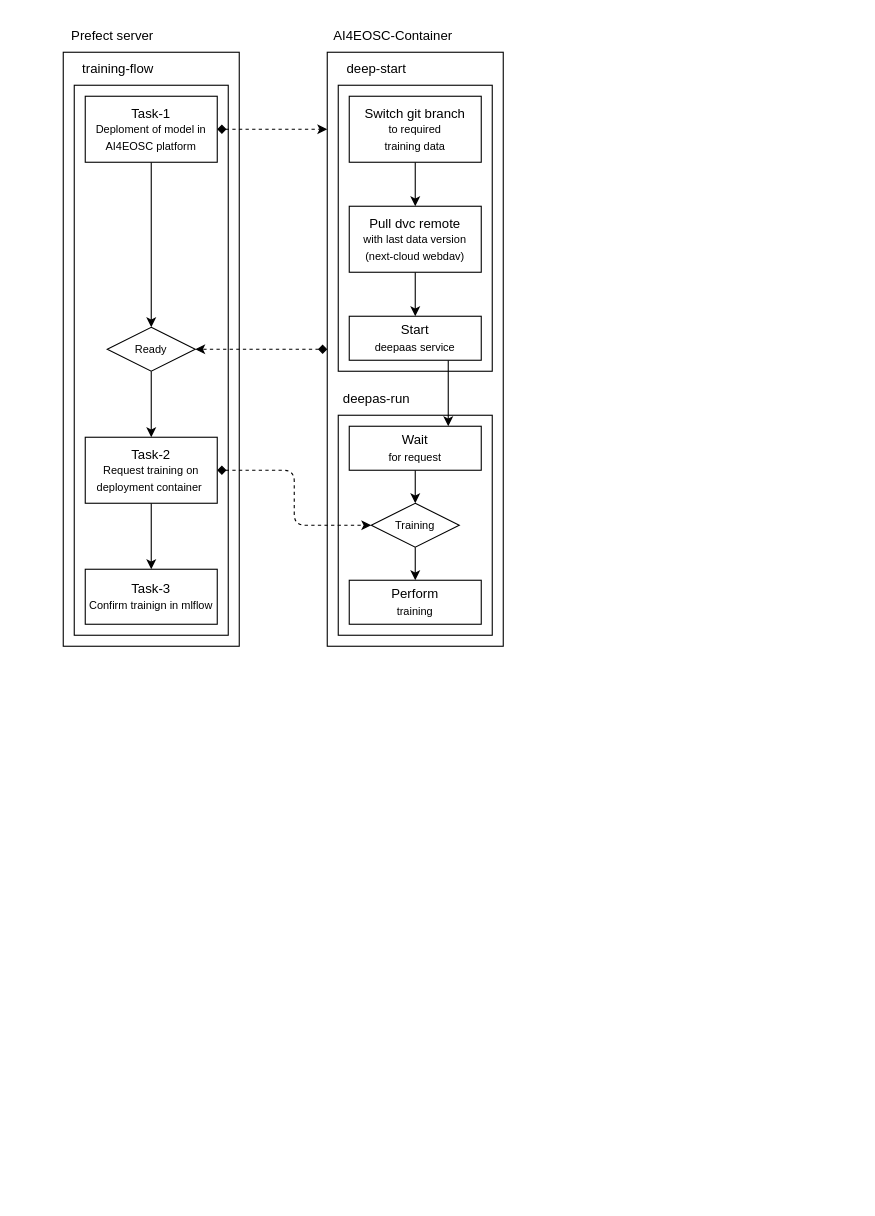
This is docs/diagrams/flows.drawio from ai4os-hub/demo-advanced, a draw.io file, before an edit. Source tidied: cells renumbered, new cells numbered last; positions are measured from the earlier drawing's top-left corner, leaving out a move shared by most shapes. Both pictures are drawn from the tidied source at 110%, with x=0, y=0 at pixel (63, 19).
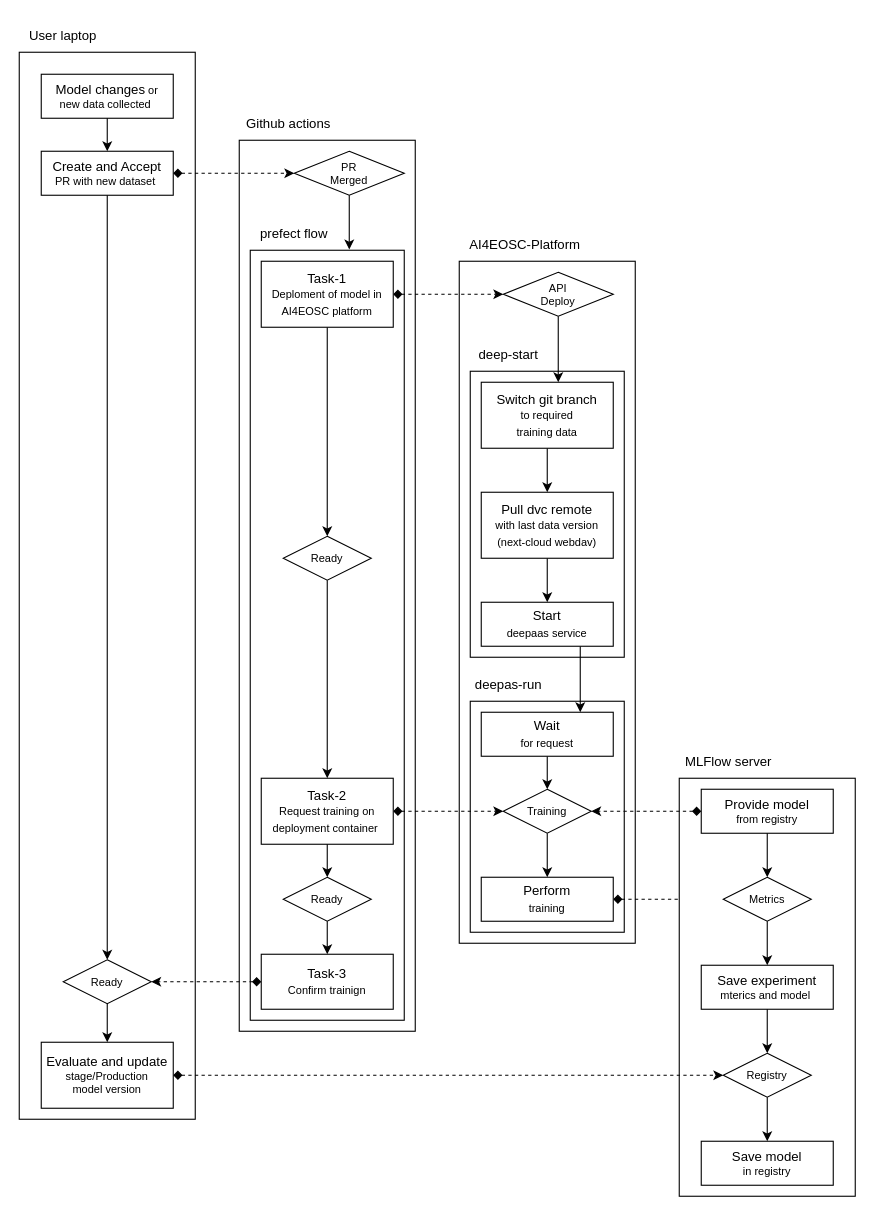
The same page after the edit.

Commit message:
add user and mlflow flows in diagram

Change to the diagram source:
```diff
@@
-    <mxCell id="2" style="rounded=0;whiteSpace=wrap;html=1;fontSize=10;fillColor=none;" parent="1" vertex="1">
-      <mxGeometry y="30" width="160" height="540" as="geometry" />
+    <mxCell id="2" style="rounded=0;whiteSpace=wrap;html=1;fontSize=10;fillColor=default;" parent="1" vertex="1">
+      <mxGeometry x="160" y="110" width="160" height="810" as="geometry" />
     </mxCell>
     <mxCell id="3" style="rounded=0;whiteSpace=wrap;html=1;fillColor=none;" parent="1" vertex="1">
-      <mxGeometry x="10" y="60" width="140" height="500" as="geometry" />
+      <mxGeometry x="170" y="210" width="140" height="700" as="geometry" />
     </mxCell>
-    <mxCell id="4" style="rounded=0;whiteSpace=wrap;html=1;fillColor=none;" parent="1" vertex="1">
-      <mxGeometry x="240" y="30" width="160" height="540" as="geometry" />
+    <mxCell id="4" style="rounded=0;whiteSpace=wrap;html=1;fillColor=default;" parent="1" vertex="1">
+      <mxGeometry x="360" y="220" width="160" height="620" as="geometry" />
     </mxCell>
     <mxCell id="5" style="rounded=0;whiteSpace=wrap;html=1;fillColor=none;" parent="1" vertex="1">
-      <mxGeometry x="250" y="360" width="140" height="200" as="geometry" />
+      <mxGeometry x="370" y="620" width="140" height="210" as="geometry" />
     </mxCell>
     <mxCell id="6" style="rounded=0;whiteSpace=wrap;html=1;fillColor=none;" parent="1" vertex="1">
-      <mxGeometry x="250" y="60" width="140" height="260" as="geometry" />
+      <mxGeometry x="370" y="320" width="140" height="260" as="geometry" />
     </mxCell>
@@
-    <mxCell id="8" style="html=1;dashed=1;fontSize=10;startArrow=diamond;startFill=1;" parent="1" edge="1" source="9">
-      <mxGeometry relative="1" as="geometry">
-        <mxPoint x="240" y="100" as="targetPoint" />
-      </mxGeometry>
-    </mxCell>
+    <mxCell id="33" style="edgeStyle=none;html=1;dashed=1;startArrow=diamond;startFill=1;" parent="1" edge="1" source="9" target="46">
+      <mxGeometry relative="1" as="geometry" />
+    </mxCell>
     <mxCell id="9" value="Task-1&lt;br&gt;&lt;font style=&quot;font-size: 10px;&quot;&gt;Deploment of model in AI4EOSC platform&lt;/font&gt;" style="rounded=0;whiteSpace=wrap;html=1;" parent="1" vertex="1">
-      <mxGeometry x="20" y="70" width="120" height="60" as="geometry" />
+      <mxGeometry x="180" y="220" width="120" height="60" as="geometry" />
     </mxCell>
-    <mxCell id="10" style="edgeStyle=none;html=1;" parent="1" edge="1" source="12" target="13">
-      <mxGeometry relative="1" as="geometry" />
-    </mxCell>
-    <mxCell id="11" style="edgeStyle=elbowEdgeStyle;html=1;dashed=1;fontSize=10;startArrow=diamond;startFill=1;" parent="1" edge="1" source="12" target="28">
-      <mxGeometry relative="1" as="geometry" />
-    </mxCell>
-    <mxCell id="12" value="Task-2&lt;br&gt;&lt;font style=&quot;font-size: 10px;&quot;&gt;Request training on deployment container&amp;nbsp;&lt;/font&gt;" style="rounded=0;whiteSpace=wrap;html=1;" parent="1" vertex="1">
-      <mxGeometry x="20" y="380" width="120" height="60" as="geometry" />
-    </mxCell>
-    <mxCell id="13" value="Task-3&lt;br&gt;&lt;font style=&quot;font-size: 10px;&quot;&gt;Confirm trainign in mlflow&lt;/font&gt;" style="rounded=0;whiteSpace=wrap;html=1;" parent="1" vertex="1">
-      <mxGeometry x="20" y="500" width="120" height="50" as="geometry" />
-    </mxCell>
@@
     <mxCell id="15" value="&lt;font style=&quot;&quot;&gt;&lt;font style=&quot;font-size: 12px;&quot;&gt;Switch git branch&lt;/font&gt;&lt;br&gt;&lt;span style=&quot;font-size: 10px;&quot;&gt;to required&lt;/span&gt;&lt;br&gt;&lt;span style=&quot;font-size: 10px;&quot;&gt;training&amp;nbsp;data&lt;/span&gt;&lt;/font&gt;" style="rounded=0;whiteSpace=wrap;html=1;" parent="1" vertex="1">
-      <mxGeometry x="260" y="70" width="120" height="60" as="geometry" />
+      <mxGeometry x="380" y="330" width="120" height="60" as="geometry" />
     </mxCell>
-    <mxCell id="16" value="&lt;font style=&quot;font-size: 12px;&quot;&gt;Prefect server&lt;/font&gt;" style="text;html=1;strokeColor=none;fillColor=none;align=center;verticalAlign=middle;whiteSpace=wrap;rounded=0;fontSize=12;" parent="1" vertex="1">
-      <mxGeometry width="90" height="30" as="geometry" />
+    <mxCell id="16" value="&lt;font style=&quot;font-size: 12px;&quot;&gt;Github actions&lt;/font&gt;" style="text;html=1;strokeColor=none;fillColor=none;align=center;verticalAlign=middle;whiteSpace=wrap;rounded=0;fontSize=12;" parent="1" vertex="1">
+      <mxGeometry x="160" y="80" width="90" height="30" as="geometry" />
     </mxCell>
@@
     <mxCell id="18" value="&lt;font style=&quot;&quot;&gt;&lt;font style=&quot;font-size: 12px;&quot;&gt;Pull dvc remote &lt;/font&gt;&lt;br&gt;&lt;span style=&quot;font-size: 10px;&quot;&gt;with last data version&lt;/span&gt;&lt;br&gt;&lt;span style=&quot;font-size: 10px;&quot;&gt;(next-cloud webdav)&lt;/span&gt;&lt;/font&gt;" style="rounded=0;whiteSpace=wrap;html=1;" parent="1" vertex="1">
-      <mxGeometry x="260" y="170" width="120" height="60" as="geometry" />
+      <mxGeometry x="380" y="430" width="120" height="60" as="geometry" />
     </mxCell>
@@
-    <mxCell id="20" style="html=1;entryX=1;entryY=0.5;entryDx=0;entryDy=0;fontSize=10;dashed=1;startArrow=diamond;startFill=1;exitX=0;exitY=0.5;exitDx=0;exitDy=0;" parent="1" edge="1" source="4" target="32">
-      <mxGeometry relative="1" as="geometry" />
-    </mxCell>
     <mxCell id="21" value="Start &lt;br&gt;&lt;font style=&quot;font-size: 10px;&quot;&gt;deepaas service&lt;/font&gt;" style="rounded=0;whiteSpace=wrap;html=1;" parent="1" vertex="1">
-      <mxGeometry x="260" y="270" width="120" height="40" as="geometry" />
+      <mxGeometry x="380" y="530" width="120" height="40" as="geometry" />
     </mxCell>
     <mxCell id="22" value="&lt;font style=&quot;font-size: 12px;&quot;&gt;deep-start&lt;/font&gt;" style="text;html=1;strokeColor=none;fillColor=none;align=center;verticalAlign=middle;whiteSpace=wrap;rounded=0;fontSize=12;" parent="1" vertex="1">
-      <mxGeometry x="250" y="30" width="70" height="30" as="geometry" />
+      <mxGeometry x="370" y="290" width="70" height="30" as="geometry" />
     </mxCell>
-    <mxCell id="23" value="&lt;font style=&quot;font-size: 12px;&quot;&gt;AI4EOSC-Container&lt;/font&gt;" style="text;html=1;strokeColor=none;fillColor=none;align=center;verticalAlign=middle;whiteSpace=wrap;rounded=0;fontSize=12;" parent="1" vertex="1">
-      <mxGeometry x="240" width="120" height="30" as="geometry" />
+    <mxCell id="23" value="&lt;font style=&quot;font-size: 12px;&quot;&gt;AI4EOSC-Platform&lt;/font&gt;" style="text;html=1;strokeColor=none;fillColor=none;align=center;verticalAlign=middle;whiteSpace=wrap;rounded=0;fontSize=12;" parent="1" vertex="1">
+      <mxGeometry x="360" y="190" width="120" height="30" as="geometry" />
     </mxCell>
@@
     <mxCell id="25" value="Wait&lt;br&gt;&lt;font style=&quot;font-size: 10px;&quot;&gt;for request&lt;/font&gt;" style="rounded=0;whiteSpace=wrap;html=1;" parent="1" vertex="1">
-      <mxGeometry x="260" y="370" width="120" height="40" as="geometry" />
+      <mxGeometry x="380" y="630" width="120" height="40" as="geometry" />
     </mxCell>
     <mxCell id="26" value="&lt;font style=&quot;font-size: 12px;&quot;&gt;deepas-run&lt;/font&gt;" style="text;html=1;strokeColor=none;fillColor=none;align=center;verticalAlign=middle;whiteSpace=wrap;rounded=0;fontSize=10;" parent="1" vertex="1">
-      <mxGeometry x="250" y="330" width="70" height="30" as="geometry" />
+      <mxGeometry x="370" y="590" width="70" height="30" as="geometry" />
     </mxCell>
@@
     <mxCell id="28" value="Training" style="rhombus;whiteSpace=wrap;html=1;rounded=0;fontSize=10;" parent="1" vertex="1">
-      <mxGeometry x="280" y="440" width="80" height="40" as="geometry" />
+      <mxGeometry x="400" y="700" width="80" height="40" as="geometry" />
     </mxCell>
+    <mxCell id="34" style="edgeStyle=none;html=1;dashed=1;startArrow=diamond;startFill=1;" parent="1" edge="1" source="29" target="60">
+      <mxGeometry relative="1" as="geometry" />
+    </mxCell>
     <mxCell id="29" value="Perform&lt;br&gt;&lt;font style=&quot;font-size: 10px;&quot;&gt;training&lt;/font&gt;" style="whiteSpace=wrap;html=1;rounded=0;" parent="1" vertex="1">
-      <mxGeometry x="260" y="510" width="120" height="40" as="geometry" />
+      <mxGeometry x="380" y="780" width="120" height="40" as="geometry" />
     </mxCell>
-    <mxCell id="30" value="&lt;font style=&quot;font-size: 12px;&quot;&gt;training-flow&lt;/font&gt;" style="text;html=1;strokeColor=none;fillColor=none;align=center;verticalAlign=middle;whiteSpace=wrap;rounded=0;fontSize=12;" parent="1" vertex="1">
-      <mxGeometry x="10" y="30" width="80" height="30" as="geometry" />
+    <mxCell id="30" value="&lt;font style=&quot;font-size: 12px;&quot;&gt;prefect flow&lt;/font&gt;" style="text;html=1;strokeColor=none;fillColor=none;align=center;verticalAlign=middle;whiteSpace=wrap;rounded=0;fontSize=12;" parent="1" vertex="1">
+      <mxGeometry x="170" y="180" width="80" height="30" as="geometry" />
     </mxCell>
@@
     <mxCell id="32" value="&lt;font style=&quot;font-size: 10px;&quot;&gt;Ready&lt;/font&gt;" style="rhombus;whiteSpace=wrap;html=1;rounded=0;" parent="1" vertex="1">
-      <mxGeometry x="40" y="280" width="80" height="40" as="geometry" />
+      <mxGeometry x="200" y="470" width="80" height="40" as="geometry" />
     </mxCell>
+    <mxCell id="35" value="&lt;font style=&quot;font-size: 12px;&quot;&gt;User laptop&lt;/font&gt;" style="text;html=1;strokeColor=none;fillColor=none;align=center;verticalAlign=middle;whiteSpace=wrap;rounded=0;fontSize=12;" parent="1" vertex="1">
+      <mxGeometry x="-40" width="80" height="30" as="geometry" />
+    </mxCell>
+    <mxCell id="36" style="rounded=0;whiteSpace=wrap;html=1;fontSize=10;fillColor=default;" parent="1" vertex="1">
+      <mxGeometry x="-40" y="30" width="160" height="970" as="geometry" />
+    </mxCell>
+    <mxCell id="37" value="&lt;font style=&quot;font-size: 12px;&quot;&gt;Model changes&lt;/font&gt; or&lt;br&gt;new data collected&amp;nbsp;" style="rounded=0;whiteSpace=wrap;html=1;fontSize=10;fillColor=none;" parent="1" vertex="1">
+      <mxGeometry x="-20" y="50" width="120" height="40" as="geometry" />
+    </mxCell>
+    <mxCell id="38" value="MLFlow server" style="text;html=1;strokeColor=none;fillColor=none;align=center;verticalAlign=middle;whiteSpace=wrap;rounded=0;fontSize=12;" parent="1" vertex="1">
+      <mxGeometry x="560" y="660" width="90" height="30" as="geometry" />
+    </mxCell>
+    <mxCell id="39" style="rounded=0;whiteSpace=wrap;html=1;fontSize=10;fillColor=default;" parent="1" vertex="1">
+      <mxGeometry x="560" y="690" width="160" height="380" as="geometry" />
+    </mxCell>
+    <mxCell id="40" style="edgeStyle=elbowEdgeStyle;html=1;dashed=1;fontSize=10;startArrow=diamond;startFill=1;" parent="1" edge="1" source="41" target="43">
+      <mxGeometry relative="1" as="geometry" />
+    </mxCell>
+    <mxCell id="41" value="&lt;font style=&quot;font-size: 12px;&quot;&gt;Create and Accept&lt;/font&gt;&lt;br&gt;PR with new dataset&amp;nbsp;" style="whiteSpace=wrap;html=1;fontSize=10;fillColor=none;rounded=0;" parent="1" vertex="1">
+      <mxGeometry x="-20" y="120" width="120" height="40" as="geometry" />
+    </mxCell>
+    <mxCell id="42" style="edgeStyle=none;html=1;fontSize=12;" parent="1" edge="1" source="37" target="41">
+      <mxGeometry relative="1" as="geometry" />
+    </mxCell>
+    <mxCell id="43" value="PR &lt;br&gt;Merged" style="rhombus;whiteSpace=wrap;html=1;rounded=0;fontSize=10;" parent="1" vertex="1">
+      <mxGeometry x="210" y="120" width="100" height="40" as="geometry" />
+    </mxCell>
+    <mxCell id="44" style="edgeStyle=none;html=1;entryX=0.643;entryY=-0.001;entryDx=0;entryDy=0;entryPerimeter=0;" parent="1" edge="1" source="43" target="3">
+      <mxGeometry relative="1" as="geometry" />
+    </mxCell>
+    <mxCell id="45" style="edgeStyle=none;html=1;" parent="1" edge="1" source="46">
+      <mxGeometry relative="1" as="geometry">
+        <mxPoint x="450" y="330" as="targetPoint" />
+      </mxGeometry>
+    </mxCell>
+    <mxCell id="46" value="API&lt;br&gt;Deploy" style="rhombus;whiteSpace=wrap;html=1;rounded=0;fontSize=10;" parent="1" vertex="1">
+      <mxGeometry x="400" y="230" width="100" height="40" as="geometry" />
+    </mxCell>
+    <mxCell id="11" style="edgeStyle=none;html=1;dashed=1;startArrow=diamond;startFill=1;" parent="1" edge="1" source="12" target="28">
+      <mxGeometry relative="1" as="geometry" />
+    </mxCell>
+    <mxCell id="47" style="edgeStyle=none;html=1;dashed=1;startArrow=diamond;startFill=1;" parent="1" edge="1" source="13" target="57">
+      <mxGeometry relative="1" as="geometry" />
+    </mxCell>
+    <mxCell id="13" value="Task-3&lt;br&gt;&lt;font style=&quot;font-size: 10px;&quot;&gt;Confirm trainign&lt;/font&gt;" style="rounded=0;whiteSpace=wrap;html=1;" parent="1" vertex="1">
+      <mxGeometry x="180" y="850" width="120" height="50" as="geometry" />
+    </mxCell>
+    <mxCell id="48" value="&lt;font style=&quot;font-size: 10px;&quot;&gt;Ready&lt;/font&gt;" style="rhombus;whiteSpace=wrap;html=1;rounded=0;" parent="1" vertex="1">
+      <mxGeometry x="200" y="780" width="80" height="40" as="geometry" />
+    </mxCell>
+    <mxCell id="49" style="edgeStyle=none;html=1;" parent="1" edge="1" source="48" target="13">
+      <mxGeometry relative="1" as="geometry" />
+    </mxCell>
+    <mxCell id="12" value="Task-2&lt;br&gt;&lt;font style=&quot;font-size: 10px;&quot;&gt;Request training on deployment container&amp;nbsp;&lt;/font&gt;" style="rounded=0;whiteSpace=wrap;html=1;" parent="1" vertex="1">
+      <mxGeometry x="180" y="690" width="120" height="60" as="geometry" />
+    </mxCell>
+    <mxCell id="50" style="edgeStyle=none;html=1;fontSize=12;" parent="1" edge="1" source="12" target="48">
+      <mxGeometry relative="1" as="geometry" />
+    </mxCell>
+    <mxCell id="51" style="edgeStyle=none;html=1;dashed=1;startArrow=diamond;startFill=1;" parent="1" edge="1" source="52" target="28">
+      <mxGeometry relative="1" as="geometry" />
+    </mxCell>
+    <mxCell id="52" value="&lt;font style=&quot;font-size: 12px;&quot;&gt;Provide model&lt;br&gt;&lt;/font&gt;from registry" style="rounded=0;whiteSpace=wrap;html=1;fontSize=10;fillColor=none;" parent="1" vertex="1">
+      <mxGeometry x="580" y="700" width="120" height="40" as="geometry" />
+    </mxCell>
+    <mxCell id="53" value="&lt;font style=&quot;font-size: 12px;&quot;&gt;Save experiment&lt;br&gt;&lt;/font&gt;mterics and model&amp;nbsp;" style="whiteSpace=wrap;html=1;fontSize=10;fillColor=none;rounded=0;" parent="1" vertex="1">
+      <mxGeometry x="580" y="860" width="120" height="40" as="geometry" />
+    </mxCell>
+    <mxCell id="54" style="edgeStyle=none;html=1;dashed=1;startArrow=diamond;startFill=1;" parent="1" edge="1" source="55" target="63">
+      <mxGeometry relative="1" as="geometry" />
+    </mxCell>
+    <mxCell id="55" value="&lt;font style=&quot;font-size: 12px;&quot;&gt;Evaluate and update&lt;/font&gt;&lt;br&gt;stage/Production&lt;br&gt;&amp;nbsp;model version&amp;nbsp;" style="whiteSpace=wrap;html=1;fontSize=10;fillColor=none;rounded=0;" parent="1" vertex="1">
+      <mxGeometry x="-20" y="930" width="120" height="60" as="geometry" />
+    </mxCell>
+    <mxCell id="56" value="&lt;font style=&quot;font-size: 12px;&quot;&gt;Save model&lt;br&gt;&lt;/font&gt;in registry" style="whiteSpace=wrap;html=1;fontSize=10;fillColor=none;rounded=0;" parent="1" vertex="1">
+      <mxGeometry x="580" y="1020" width="120" height="40" as="geometry" />
+    </mxCell>
+    <mxCell id="57" value="&lt;font style=&quot;font-size: 10px;&quot;&gt;Ready&lt;/font&gt;" style="rhombus;whiteSpace=wrap;html=1;rounded=0;" parent="1" vertex="1">
+      <mxGeometry y="855" width="80" height="40" as="geometry" />
+    </mxCell>
+    <mxCell id="58" style="edgeStyle=none;html=1;" parent="1" edge="1" source="41" target="57">
+      <mxGeometry relative="1" as="geometry" />
+    </mxCell>
+    <mxCell id="59" style="edgeStyle=none;html=1;" parent="1" edge="1" source="57" target="55">
+      <mxGeometry relative="1" as="geometry" />
+    </mxCell>
+    <mxCell id="60" value="&lt;font style=&quot;font-size: 10px;&quot;&gt;Metrics&lt;/font&gt;" style="rhombus;whiteSpace=wrap;html=1;rounded=0;" parent="1" vertex="1">
+      <mxGeometry x="600" y="780" width="80" height="40" as="geometry" />
+    </mxCell>
+    <mxCell id="61" style="edgeStyle=none;html=1;" parent="1" edge="1" source="52" target="60">
+      <mxGeometry relative="1" as="geometry" />
+    </mxCell>
+    <mxCell id="62" style="edgeStyle=none;html=1;" parent="1" edge="1" source="60" target="53">
+      <mxGeometry relative="1" as="geometry" />
+    </mxCell>
+    <mxCell id="63" value="&lt;font style=&quot;font-size: 10px;&quot;&gt;Registry&lt;/font&gt;" style="rhombus;whiteSpace=wrap;html=1;rounded=0;" parent="1" vertex="1">
+      <mxGeometry x="600" y="940" width="80" height="40" as="geometry" />
+    </mxCell>
+    <mxCell id="64" style="edgeStyle=none;html=1;" parent="1" edge="1" source="53" target="63">
+      <mxGeometry relative="1" as="geometry" />
+    </mxCell>
+    <mxCell id="65" style="edgeStyle=none;html=1;" parent="1" edge="1" source="63" target="56">
+      <mxGeometry relative="1" as="geometry" />
+    </mxCell>
```
